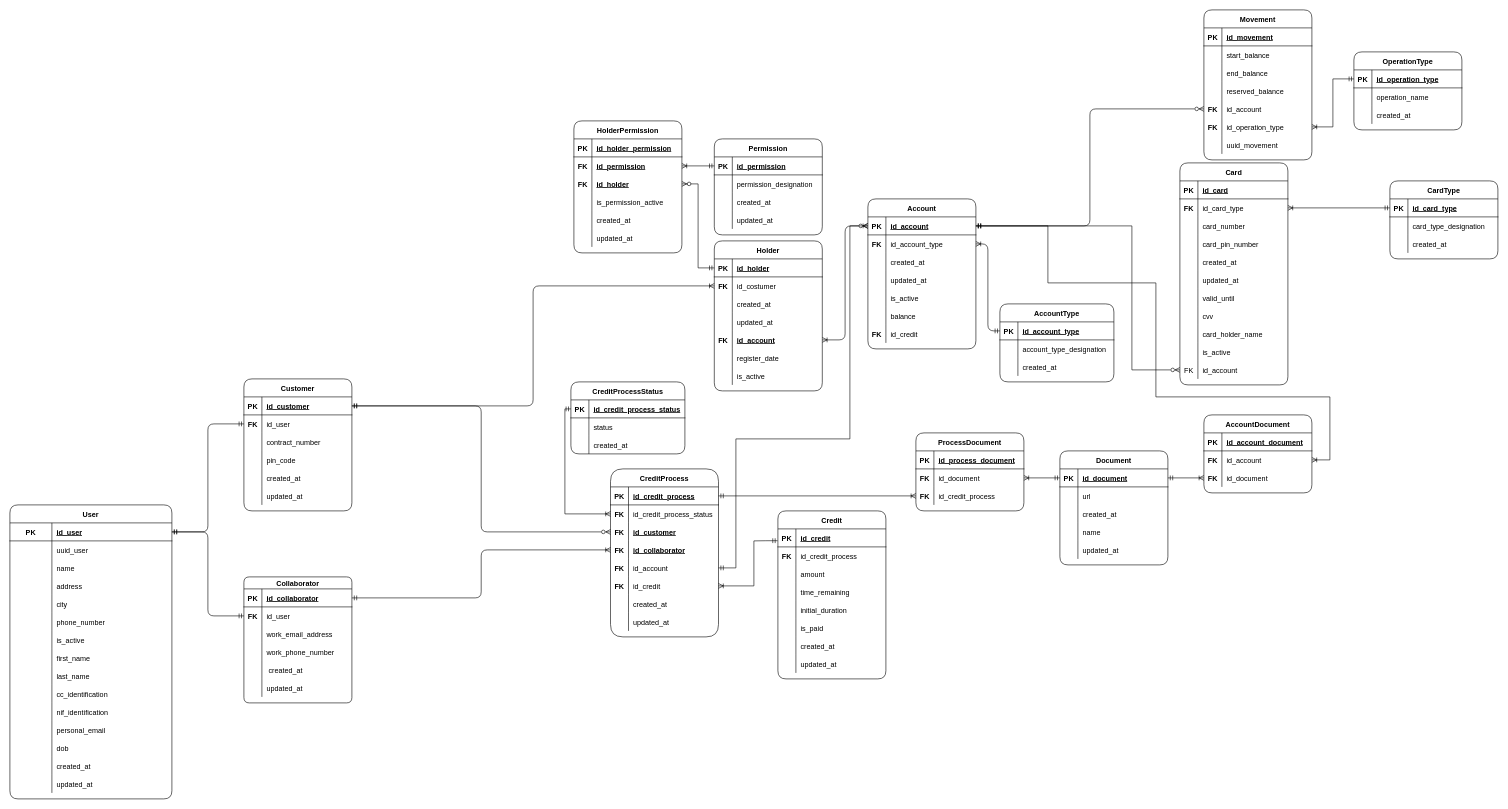
Earlier version of the draw.io diagram page "Modelo Relacional" (2 of 2) of Untitled Diagram.drawio (pedro7161/Ciencia_dos_Dados_TP1_Base-de-dados). Source tidied: cells renumbered, new cells numbered last; positions are measured from the earlier drawing's top-left corner, leaving out a move shared by most shapes. Both pictures are drawn from the tidied source at 60%, with x=0, y=0 at pixel (10, 10).
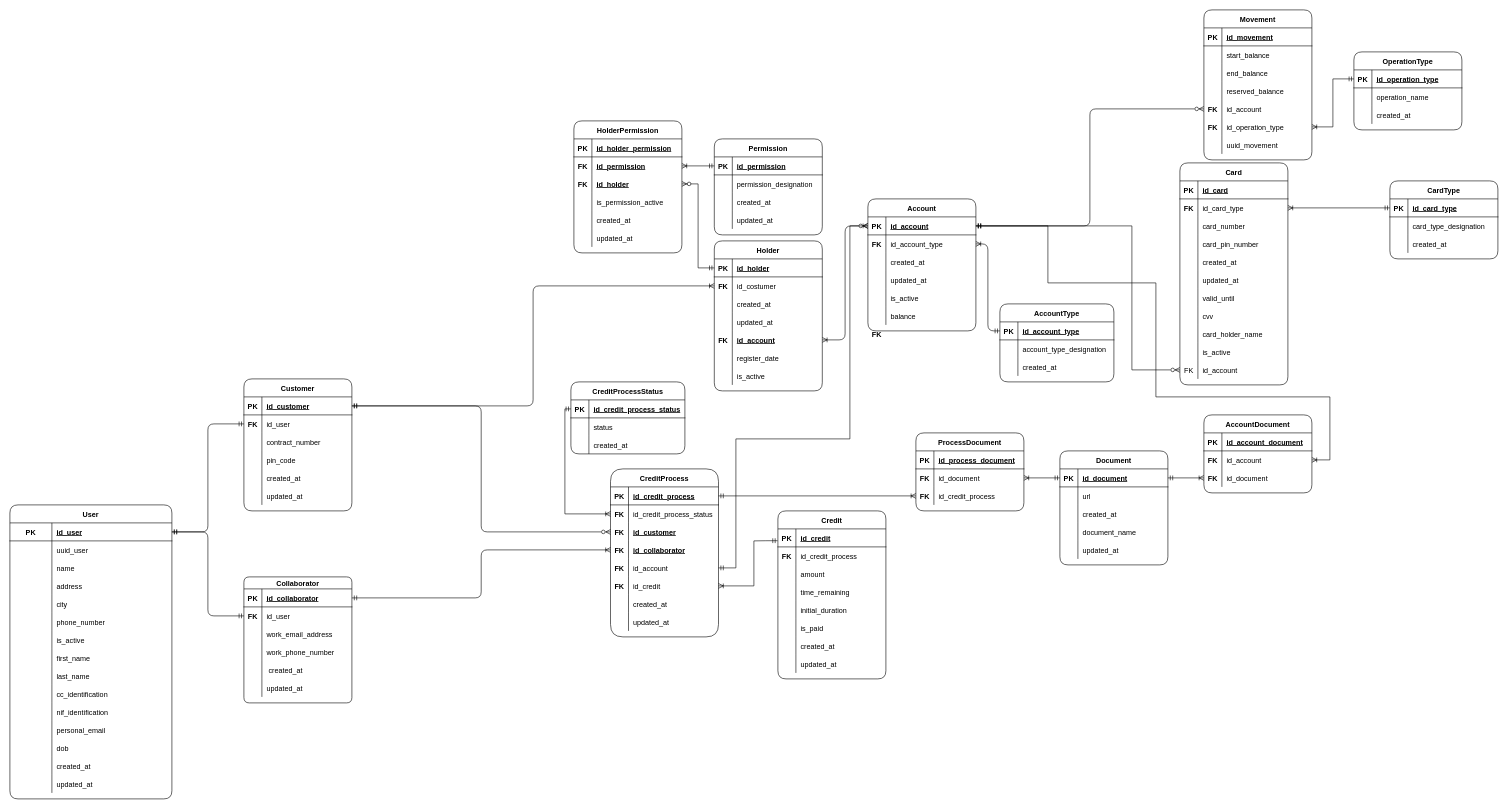
Above is the later version.

Unchanged cells that the change refers to:
```xml
<mxCell id="351" style="shape=tableRow;horizontal=0;startSize=0;swimlaneHead=0;swimlaneBody=0;fillColor=none;top=0;left=0;right=0;bottom=0;rounded=1;" parent="341" vertex="1">
  <mxGeometry y="120" width="180" height="30" as="geometry" />
</mxCell>
```

What changed in the source:
```diff
@@
     <mxCell id="72" value="Account" style="shape=table;startSize=30;childLayout=tableLayout;rowLines=0;fontStyle=1;align=center;rounded=1;" parent="1" vertex="1">
-      <mxGeometry x="1430" y="315" width="180" height="250" as="geometry" />
+      <mxGeometry x="1430" y="315" width="180" height="220" as="geometry" />
     </mxCell>
@@
-    <mxCell id="91" style="shape=tableRow;horizontal=0;startSize=0;swimlaneHead=0;swimlaneBody=0;fillColor=none;top=0;left=0;right=0;bottom=0;rounded=1;" parent="72" vertex="1">
-      <mxGeometry y="210" width="180" height="30" as="geometry" />
-    </mxCell>
-    <mxCell id="92" style="shape=partialRectangle;fillColor=none;top=0;left=0;bottom=0;right=0;overflow=hidden;rounded=1;" parent="91" vertex="1">
-      <mxGeometry width="30" height="30" as="geometry" />
-    </mxCell>
-    <mxCell id="93" value="id_credit" style="shape=partialRectangle;fillColor=none;top=0;left=0;bottom=0;right=0;align=left;spacingLeft=6;overflow=hidden;rounded=1;" parent="91" vertex="1">
-      <mxGeometry x="30" width="150" height="30" as="geometry" />
-    </mxCell>
@@
-    <mxCell id="353" value="name" style="shape=partialRectangle;fillColor=none;top=0;left=0;bottom=0;right=0;align=left;spacingLeft=6;overflow=hidden;rounded=1;" parent="351" vertex="1">
+    <mxCell id="353" value="document_name" style="shape=partialRectangle;fillColor=none;top=0;left=0;bottom=0;right=0;align=left;spacingLeft=6;overflow=hidden;rounded=1;" parent="351" vertex="1">
       <mxGeometry x="30" width="150" height="30" as="geometry" />
     </mxCell>
```
